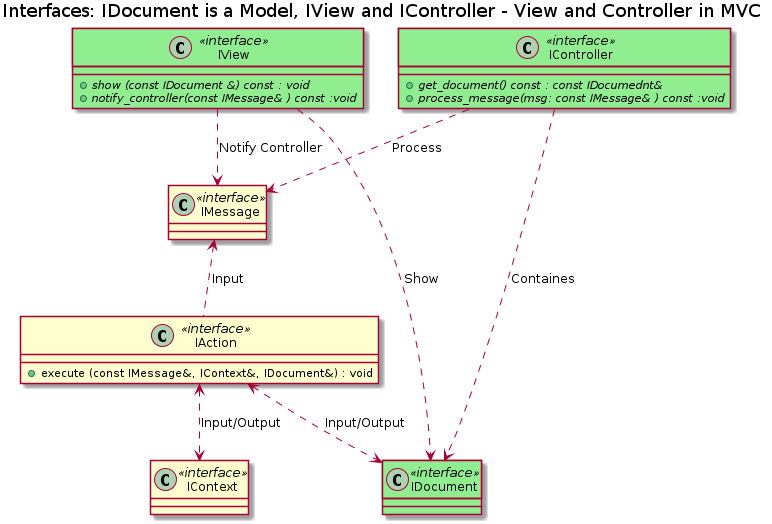
The PlantUML diagram Editor/Diagrams/interfaces.png in CheskisVladimir/otus-2025, before a commit. Its diagram source:
```plantuml
@startuml
title Interfaces: IDocument is a Model, IView and IController - View and Controller in MVC
class IController <<interface>> #LightGreen {
  + {abstract} get_document() const : const IDocumednt&
  + {abstract} process_message(msg: const IMessage& ) const :void
 }

class IView<<interface>> #LightGreen {
  + {abstract} show (const IDocument &) const : void
  + {abstract} notify_сontroller(const IMessage& ) const :void
}
class IDocument <<interface>> #LightGreen {}
class IMessage<<interface>>{}
class IContext <<interface>>{}

class IAction<<interface>>
{
   + execute (const IMessage&, IContext&, IDocument&) : void
}


IMessage <.. IAction : Input
IAction <..> IContext : Input/Output
IAction <..> IDocument : Input/Output

IView ..> IMessage : Notify Controller
IView ..> IDocument : Show
IController ..> IMessage : Process
IController ..> IDocument : Containes


@enduml
```
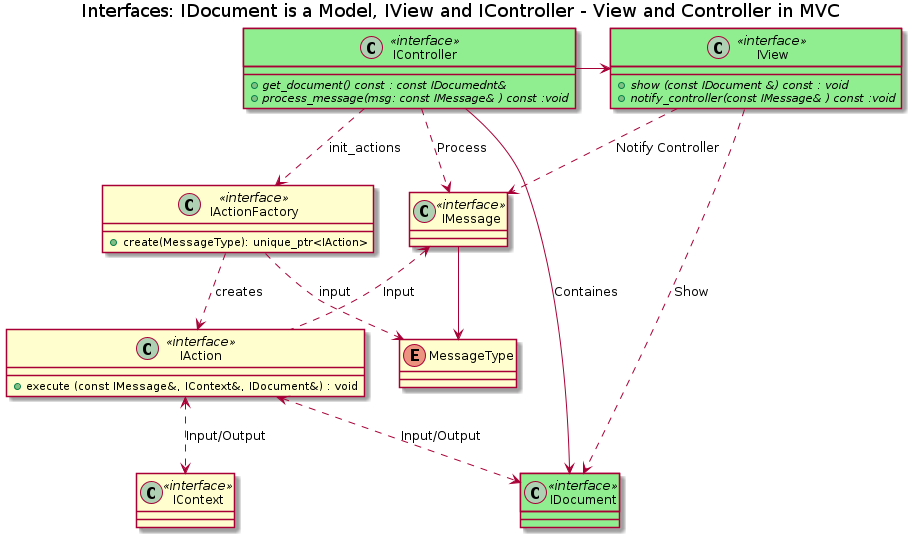
After the commit.

The edit, as a diff of the source:
```diff
@@ -10,7 +10,11 @@
   + {abstract} notify_сontroller(const IMessage& ) const :void
 }
 class IDocument <<interface>> #LightGreen {}
-class IMessage<<interface>>{}
+class IMessage<<interface>>{
+}
+
+enum MessageType{}
+
 class IContext <<interface>>{}
 
 class IAction<<interface>>
@@ -18,6 +22,9 @@
    + execute (const IMessage&, IContext&, IDocument&) : void
 }
 
+class IActionFactory <<interface>>{
+  + create(MessageType): unique_ptr<IAction>
+}
 
 IMessage <.. IAction : Input
 IAction <..> IContext : Input/Output
@@ -26,7 +33,10 @@
 IView ..> IMessage : Notify Controller
 IView ..> IDocument : Show
 IController ..> IMessage : Process
-IController ..> IDocument : Containes
-
-
+IController-> IDocument : Containes
+IMessage-->MessageType
+IActionFactory..>IAction : creates
+IActionFactory..>MessageType : input
+IController..>IActionFactory : init_actions
+IController->IView
 @enduml
```
